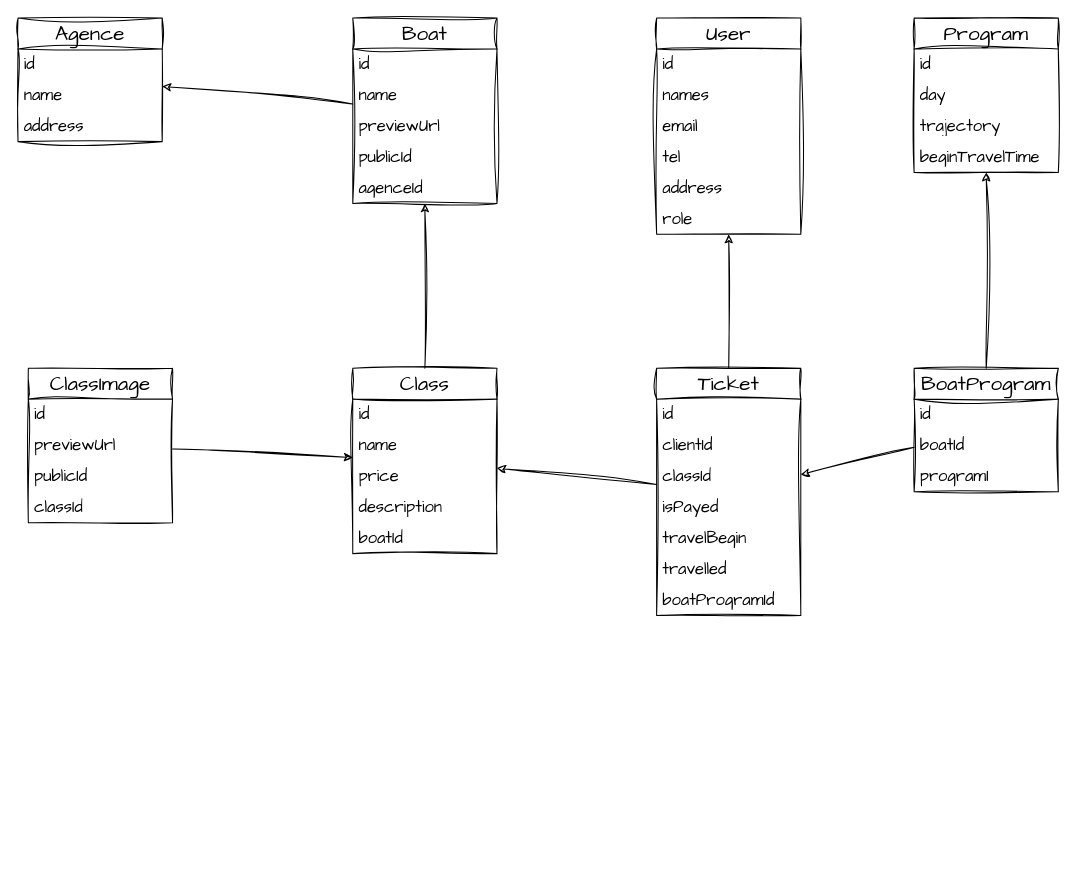
Above: model.drawio in Cedric921/travel-boat-api (draw.io), before the change. Source tidied: cells renumbered, new cells numbered last; positions are measured from the earlier drawing's top-left corner, leaving out a move shared by most shapes. Both pictures are drawn from the tidied source at 103%, with x=0, y=0 at pixel (18, 18).
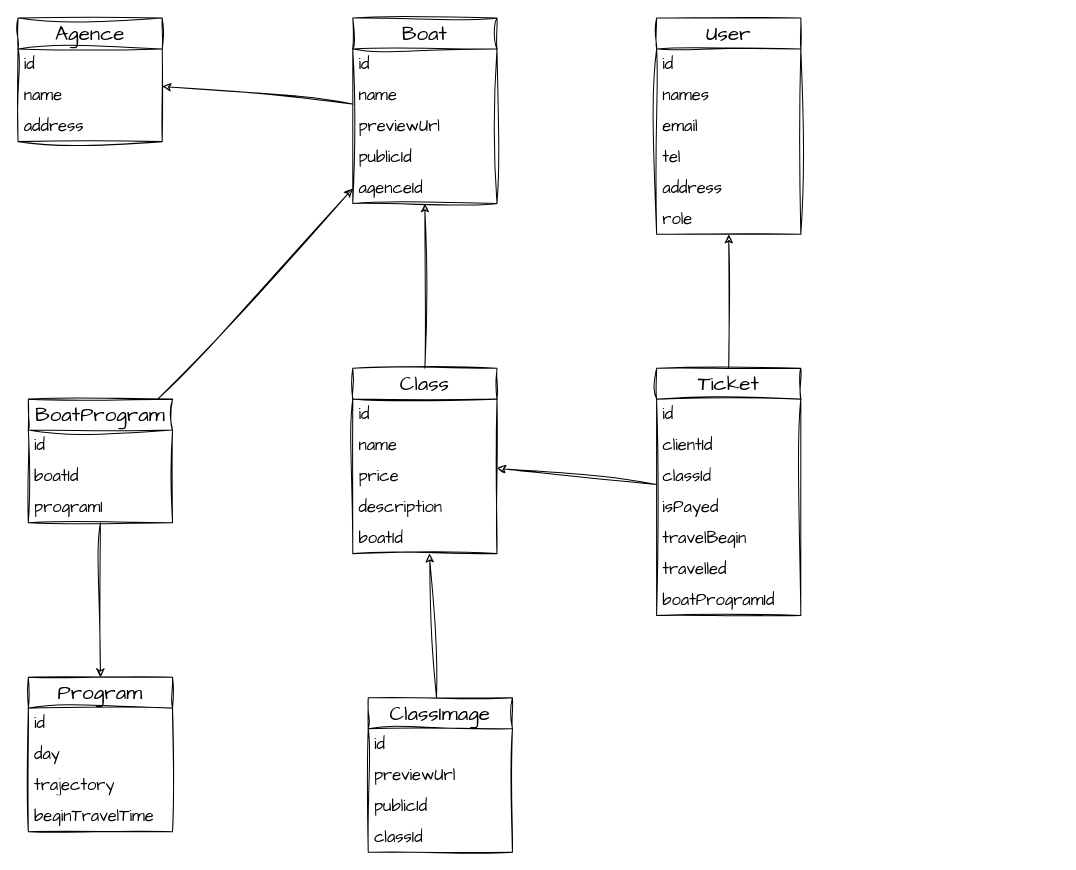
The same diagram, later.

The change refers to these unchanged cells:
```xml
<mxCell id="6" value="Boat" style="swimlane;fontStyle=0;horizontal=1;startSize=30;whiteSpace=wrap;html=1;sketch=1;hachureGap=4;jiggle=2;curveFitting=1;fontFamily=Architects Daughter;fontSize=20;" parent="1" vertex="1">
  <mxGeometry x="325" width="140" height="180" as="geometry" />
</mxCell>
<mxCell id="23" value="Ticket" style="swimlane;fontStyle=0;horizontal=1;startSize=30;whiteSpace=wrap;html=1;sketch=1;hachureGap=4;jiggle=2;curveFitting=1;fontFamily=Architects Daughter;fontSize=20;" parent="1" vertex="1">
  <mxGeometry x="620" y="340" width="140" height="240" as="geometry" />
</mxCell>
```

What changed in the source:
```diff
@@
     <mxCell id="18" value="Program" style="swimlane;fontStyle=0;horizontal=1;startSize=30;whiteSpace=wrap;html=1;sketch=1;hachureGap=4;jiggle=2;curveFitting=1;fontFamily=Architects Daughter;fontSize=20;" parent="1" vertex="1">
-      <mxGeometry x="870" width="140" height="150" as="geometry" />
+      <mxGeometry x="10" y="640" width="140" height="150" as="geometry" />
     </mxCell>
@@
     <mxCell id="31" value="BoatProgram" style="swimlane;fontStyle=0;horizontal=1;startSize=30;whiteSpace=wrap;html=1;sketch=1;hachureGap=4;jiggle=2;curveFitting=1;fontFamily=Architects Daughter;fontSize=20;" parent="1" vertex="1">
-      <mxGeometry x="870" y="340" width="140" height="120" as="geometry" />
+      <mxGeometry x="10" y="370" width="140" height="120" as="geometry" />
     </mxCell>
@@
-    <mxCell id="45" style="endArrow=classic;html=1;sketch=1;hachureGap=4;jiggle=2;curveFitting=1;fontFamily=Architects Daughter;fontSize=16;" parent="1" edge="1" source="31" target="23">
+    <mxCell id="45" style="endArrow=classic;html=1;sketch=1;hachureGap=4;jiggle=2;curveFitting=1;fontFamily=Architects Daughter;fontSize=16;" parent="1" edge="1" source="31" target="6">
       <mxGeometry relative="1" as="geometry" />
     </mxCell>
@@
     <mxCell id="48" value="ClassImage" style="swimlane;fontStyle=0;horizontal=1;startSize=30;whiteSpace=wrap;html=1;sketch=1;hachureGap=4;jiggle=2;curveFitting=1;fontFamily=Architects Daughter;fontSize=20;" parent="1" vertex="1">
-      <mxGeometry x="10" y="340" width="140" height="150" as="geometry" />
+      <mxGeometry x="340" y="660" width="140" height="150" as="geometry" />
     </mxCell>
```
